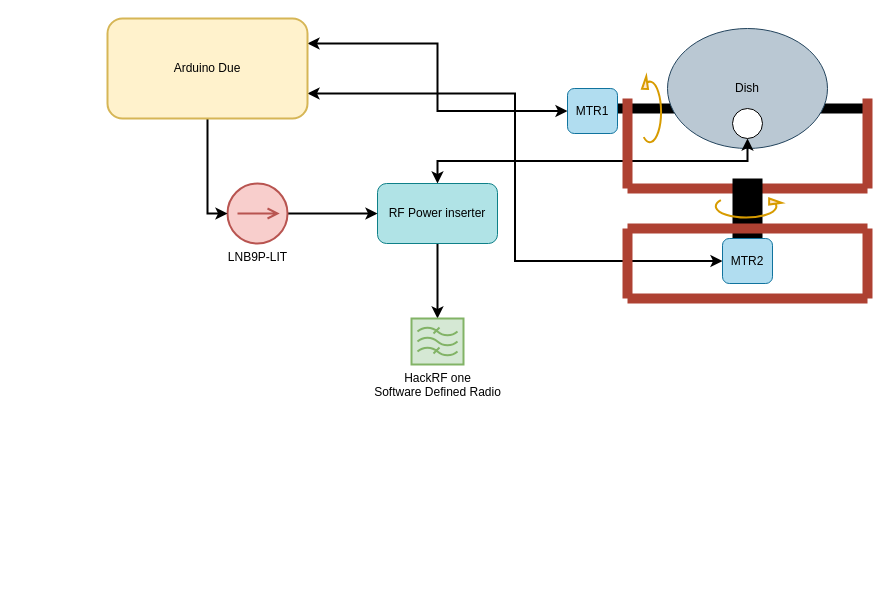
Above: DarkSky System.drawio in jeremy-prater/DarkSky (draw.io), before the change. Source tidied: cells renumbered, new cells numbered last; positions are measured from the earlier drawing's top-left corner, leaving out a move shared by most shapes. Both pictures are drawn from the tidied source at 100%, with x=0, y=0 at pixel (107, 18). Pictures stored in the file or linked from it are replaced by grey dashed boxes.
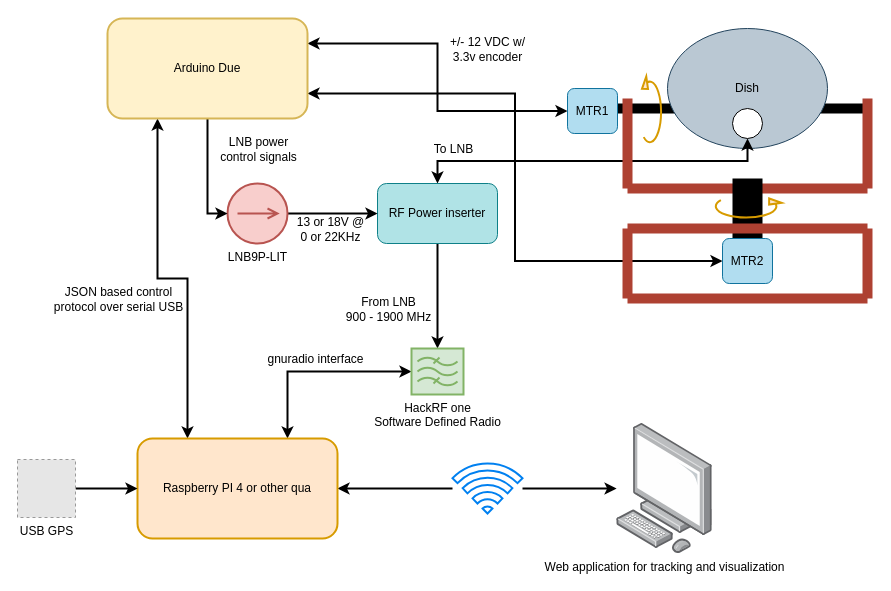
Above is the later version.

Unchanged cells that the change refers to:
```xml
<mxCell id="5" style="edgeStyle=orthogonalEdgeStyle;rounded=0;jettySize=auto;html=1;entryX=0.5;entryY=0;entryDx=0;entryDy=0;entryPerimeter=0;startArrow=none;startFill=0;strokeWidth=2;" parent="1" edge="1" source="7" target="22">
  <mxGeometry relative="1" as="geometry" />
</mxCell>
<mxCell id="6" style="edgeStyle=orthogonalEdgeStyle;rounded=0;jettySize=auto;html=1;exitX=0.5;exitY=0;exitDx=0;exitDy=0;entryX=0.5;entryY=1;entryDx=0;entryDy=0;startArrow=classic;startFill=1;strokeWidth=2;" parent="1" edge="1" source="7" target="4">
  <mxGeometry relative="1" as="geometry" />
</mxCell>
<mxCell id="9" style="edgeStyle=orthogonalEdgeStyle;rounded=0;jettySize=auto;html=1;exitX=0;exitY=0.5;exitDx=0;exitDy=0;entryX=1;entryY=0.25;entryDx=0;entryDy=0;startArrow=classic;startFill=1;strokeWidth=2;" parent="1" edge="1" source="10" target="26">
  <mxGeometry relative="1" as="geometry" />
</mxCell>
<mxCell id="23" style="edgeStyle=orthogonalEdgeStyle;rounded=0;jettySize=auto;html=1;entryX=0;entryY=0.5;entryDx=0;entryDy=0;startArrow=none;startFill=0;strokeWidth=2;" parent="1" edge="1" source="24" target="7">
  <mxGeometry relative="1" as="geometry" />
</mxCell>
<mxCell id="25" style="edgeStyle=orthogonalEdgeStyle;rounded=0;jettySize=auto;html=1;entryX=0;entryY=0.5;entryDx=0;entryDy=0;entryPerimeter=0;startArrow=none;startFill=0;strokeWidth=2;" parent="1" edge="1" source="26" target="24">
  <mxGeometry relative="1" as="geometry" />
</mxCell>
<mxCell id="26" value="Arduino Due" style="rounded=1;whiteSpace=wrap;html=1;strokeWidth=2;fillColor=#fff2cc;strokeColor=#d6b656;" parent="1" vertex="1">
  <mxGeometry width="200" height="100" as="geometry" />
</mxCell>
```

What changed in the source:
```diff
@@
+    <mxCell id="27" value="From LNB&lt;br&gt;900 - 1900 MHz" style="text;html=1;align=center;verticalAlign=middle;labelBackgroundColor=#ffffff;" parent="5" vertex="1">
+      <mxGeometry x="-0.07" y="-5" relative="1" as="geometry">
+        <mxPoint x="-45" y="16" as="offset" />
+      </mxGeometry>
+    </mxCell>
@@
+    <mxCell id="28" value="To LNB" style="text;html=1;align=center;verticalAlign=middle;labelBackgroundColor=#ffffff;" parent="6" vertex="1">
+      <mxGeometry x="-0.87" y="-20" relative="1" as="geometry">
+        <mxPoint x="14.5" y="-32.5" as="offset" />
+      </mxGeometry>
+    </mxCell>
@@
+    <mxCell id="29" value="+/- 12 VDC w/&lt;br&gt;3.3v encoder" style="text;html=1;align=center;verticalAlign=middle;labelBackgroundColor=#ffffff;" parent="9" vertex="1">
+      <mxGeometry x="0.47" y="-1" relative="1" as="geometry">
+        <mxPoint x="92.5" y="6" as="offset" />
+      </mxGeometry>
+    </mxCell>
@@
+    <mxCell id="30" style="edgeStyle=orthogonalEdgeStyle;rounded=0;jettySize=auto;html=1;exitX=0;exitY=0.5;exitDx=0;exitDy=0;exitPerimeter=0;entryX=0.75;entryY=0;entryDx=0;entryDy=0;startArrow=classic;startFill=1;strokeWidth=2;" parent="1" edge="1" source="22" target="37">
+      <mxGeometry relative="1" as="geometry" />
+    </mxCell>
+    <mxCell id="31" value="gnuradio interface" style="text;html=1;align=center;verticalAlign=middle;labelBackgroundColor=#ffffff;" parent="30" vertex="1">
+      <mxGeometry x="0.11" relative="1" as="geometry">
+        <mxPoint x="9" y="-13" as="offset" />
+      </mxGeometry>
+    </mxCell>
     <mxCell id="22" value="HackRF one&lt;br&gt;Software Defined Radio" style="verticalLabelPosition=bottom;shadow=0;dashed=0;align=center;html=1;verticalAlign=top;shape=mxgraph.electrical.abstract.filter;strokeWidth=2;fillColor=#d5e8d4;strokeColor=#82b366;" parent="1" vertex="1">
-      <mxGeometry x="304" y="300" width="52" height="46" as="geometry" />
+      <mxGeometry x="304" y="330" width="52" height="46" as="geometry" />
     </mxCell>
@@
+    <mxCell id="32" value="13 or 18V @&lt;br&gt;0 or 22KHz" style="text;html=1;align=center;verticalAlign=middle;labelBackgroundColor=#ffffff;" parent="23" vertex="1">
+      <mxGeometry x="-0.07" y="4" relative="1" as="geometry">
+        <mxPoint y="19" as="offset" />
+      </mxGeometry>
+    </mxCell>
@@
+    <mxCell id="33" value="LNB power&lt;br&gt;control signals" style="text;html=1;align=center;verticalAlign=middle;labelBackgroundColor=#ffffff;" parent="25" vertex="1">
+      <mxGeometry x="-0.22" y="1" relative="1" as="geometry">
+        <mxPoint x="49" y="-15" as="offset" />
+      </mxGeometry>
+    </mxCell>
+    <mxCell id="34" style="edgeStyle=orthogonalEdgeStyle;rounded=0;jettySize=auto;html=1;exitX=0.25;exitY=1;exitDx=0;exitDy=0;entryX=0.25;entryY=0;entryDx=0;entryDy=0;startArrow=classic;startFill=1;strokeWidth=2;" parent="1" edge="1" source="26" target="37">
+      <mxGeometry relative="1" as="geometry" />
+    </mxCell>
+    <mxCell id="35" value="JSON based control&lt;br&gt;protocol over serial USB" style="text;html=1;align=center;verticalAlign=middle;labelBackgroundColor=#ffffff;" parent="34" vertex="1">
+      <mxGeometry x="-0.29" y="-3" relative="1" as="geometry">
+        <mxPoint x="-37" y="56" as="offset" />
+      </mxGeometry>
+    </mxCell>
@@
+    <mxCell id="36" style="edgeStyle=orthogonalEdgeStyle;rounded=0;jettySize=auto;html=1;startArrow=classic;startFill=1;strokeWidth=2;endArrow=none;endFill=0;" parent="1" edge="1" source="37" target="40">
+      <mxGeometry relative="1" as="geometry" />
+    </mxCell>
+    <mxCell id="37" value="Raspberry PI 4 or other qua" style="rounded=1;whiteSpace=wrap;html=1;strokeWidth=2;fillColor=#ffe6cc;strokeColor=#d79b00;" parent="1" vertex="1">
+      <mxGeometry x="30" y="420" width="200" height="100" as="geometry" />
+    </mxCell>
+    <mxCell id="38" value="Web application for tracking and visualization" style="points=[];html=1;align=center;shadow=0;dashed=0;image;image=img/lib/allied_telesis/computer_and_terminals/Personal_Computer.svg;strokeWidth=2;" parent="1" vertex="1">
+      <mxGeometry x="509.1" y="405" width="95.9" height="130" as="geometry" />
+    </mxCell>
+    <mxCell id="39" style="edgeStyle=orthogonalEdgeStyle;rounded=0;jettySize=auto;html=1;startArrow=none;startFill=0;strokeWidth=2;" parent="1" edge="1" source="40" target="38">
+      <mxGeometry relative="1" as="geometry" />
+    </mxCell>
+    <mxCell id="40" style="html=1;verticalLabelPosition=bottom;align=center;labelBackgroundColor=#ffffff;verticalAlign=top;strokeWidth=2;strokeColor=#0080F0;shadow=0;dashed=0;shape=mxgraph.ios7.icons.wifi;" parent="1" vertex="1">
+      <mxGeometry x="345" y="445" width="70" height="50" as="geometry" />
+    </mxCell>
+    <mxCell id="41" style="edgeStyle=orthogonalEdgeStyle;rounded=0;jettySize=auto;html=1;exitX=1;exitY=0.5;exitDx=0;exitDy=0;entryX=0;entryY=0.5;entryDx=0;entryDy=0;startArrow=none;startFill=0;strokeWidth=2;" parent="1" edge="1" source="42" target="37">
+      <mxGeometry relative="1" as="geometry" />
+    </mxCell>
+    <mxCell id="42" value="USB GPS" style="fillColor=#E6E6E6;strokeColor=#999999;dashed=1;html=1;verticalAlign=top;verticalLabelPosition=bottom;labelBackgroundColor=#ffffff;" parent="1" vertex="1">
+      <mxGeometry x="-90" y="441" width="58" height="58" as="geometry" />
+    </mxCell>
```
